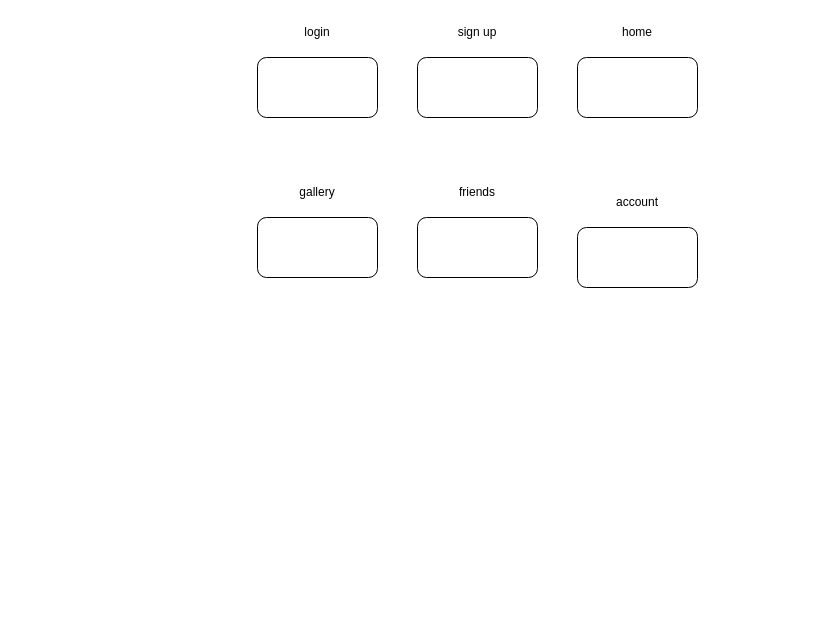
This is planning/web page planning.drawio from LordVeggie/cmpg323-project2, a draw.io file, before an edit. Source tidied: cells renumbered, new cells numbered last; positions are measured from the earlier drawing's top-left corner, leaving out a move shared by most shapes. Both pictures are drawn from the tidied source at 100%, with x=0, y=0 at pixel (257, 17).
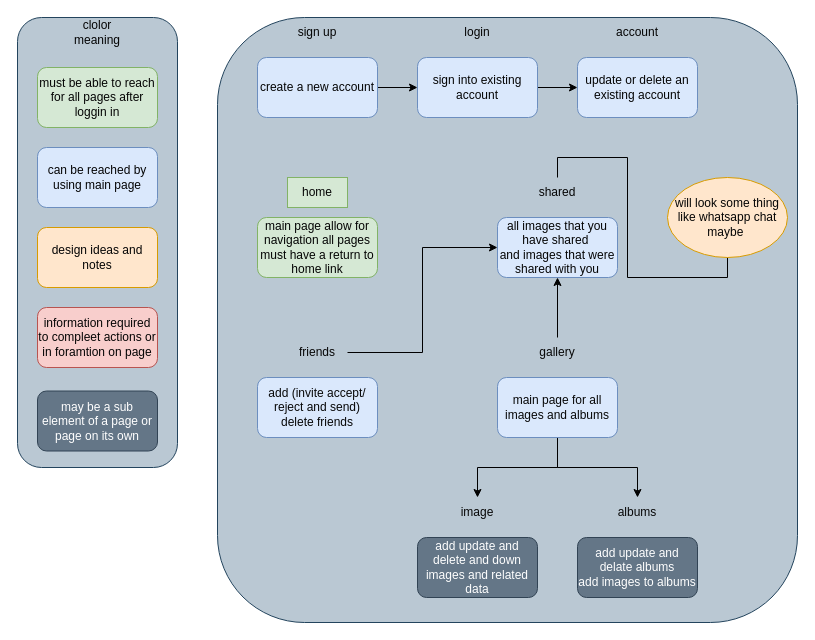
The same diagram, later.

Diff of the diagram source:
```diff
@@
+    <mxCell id="14" style="rounded=1;whiteSpace=wrap;html=1;fillColor=#bac8d3;strokeColor=#23445d;" parent="1" vertex="1">
+      <mxGeometry x="-40" width="580" height="605" as="geometry" />
+    </mxCell>
+    <mxCell id="15" style="rounded=1;whiteSpace=wrap;html=1;fillColor=#bac8d3;strokeColor=#23445d;" parent="1" vertex="1">
+      <mxGeometry x="-240" width="160" height="450" as="geometry" />
+    </mxCell>
+    <mxCell id="16" style="edgeStyle=orthogonalEdgeStyle;rounded=0;jettySize=auto;html=1;fontColor=#050505;" parent="1" edge="1" source="2" target="12">
+      <mxGeometry relative="1" as="geometry" />
+    </mxCell>
-    <mxCell id="2" style="rounded=1;whiteSpace=wrap;html=1;" parent="1" vertex="1">
-      <mxGeometry y="40" width="120" height="60" as="geometry" />
+    <mxCell id="2" value="sign into existing account" style="rounded=1;whiteSpace=wrap;html=1;fillColor=#dae8fc;strokeColor=#6c8ebf;fontColor=#050505;" parent="1" vertex="1">
+      <mxGeometry x="160" y="40" width="120" height="60" as="geometry" />
     </mxCell>
-    <mxCell id="3" value="login" style="text;html=1;strokeColor=none;fillColor=none;align=center;verticalAlign=middle;whiteSpace=wrap;rounded=0;" parent="1" vertex="1">
-      <mxGeometry x="30" width="60" height="30" as="geometry" />
+    <mxCell id="3" value="login" style="text;html=1;strokeColor=none;fillColor=none;align=center;verticalAlign=middle;whiteSpace=wrap;rounded=0;fontColor=#050505;" parent="1" vertex="1">
+      <mxGeometry x="190" width="60" height="30" as="geometry" />
     </mxCell>
+    <mxCell id="17" style="edgeStyle=orthogonalEdgeStyle;rounded=0;jettySize=auto;html=1;fontColor=#050505;" parent="1" edge="1" source="4" target="2">
+      <mxGeometry relative="1" as="geometry" />
+    </mxCell>
-    <mxCell id="4" style="rounded=1;whiteSpace=wrap;html=1;" parent="1" vertex="1">
-      <mxGeometry x="160" y="40" width="120" height="60" as="geometry" />
+    <mxCell id="4" value="create a new account" style="rounded=1;whiteSpace=wrap;html=1;fillColor=#dae8fc;strokeColor=#6c8ebf;fontColor=#050505;" parent="1" vertex="1">
+      <mxGeometry y="40" width="120" height="60" as="geometry" />
     </mxCell>
-    <mxCell id="5" value="sign up" style="text;html=1;strokeColor=none;fillColor=none;align=center;verticalAlign=middle;whiteSpace=wrap;rounded=0;" parent="1" vertex="1">
-      <mxGeometry x="190" width="60" height="30" as="geometry" />
+    <mxCell id="5" value="sign up" style="text;html=1;strokeColor=none;fillColor=none;align=center;verticalAlign=middle;whiteSpace=wrap;rounded=0;fontColor=#050505;" parent="1" vertex="1">
+      <mxGeometry x="30" width="60" height="30" as="geometry" />
     </mxCell>
-    <mxCell id="6" style="rounded=1;whiteSpace=wrap;html=1;" parent="1" vertex="1">
-      <mxGeometry x="320" y="40" width="120" height="60" as="geometry" />
+    <mxCell id="6" value="main page allow for navigation all pages must have a return to home link" style="rounded=1;whiteSpace=wrap;html=1;fillColor=#d5e8d4;strokeColor=#82b366;fontColor=#050505;" parent="1" vertex="1">
+      <mxGeometry y="200" width="120" height="60" as="geometry" />
     </mxCell>
-    <mxCell id="7" value="home" style="text;html=1;strokeColor=none;fillColor=none;align=center;verticalAlign=middle;whiteSpace=wrap;rounded=0;" parent="1" vertex="1">
-      <mxGeometry x="350" width="60" height="30" as="geometry" />
+    <mxCell id="7" value="home" style="text;html=1;strokeColor=#82b366;fillColor=#d5e8d4;align=center;verticalAlign=middle;whiteSpace=wrap;rounded=0;fontColor=#050505;" parent="1" vertex="1">
+      <mxGeometry x="30" y="160" width="60" height="30" as="geometry" />
     </mxCell>
-    <mxCell id="8" style="rounded=1;whiteSpace=wrap;html=1;" parent="1" vertex="1">
-      <mxGeometry x="160" y="200" width="120" height="60" as="geometry" />
+    <mxCell id="8" value="add (invite accept/ reject and send) delete friends" style="rounded=1;whiteSpace=wrap;html=1;fillColor=#dae8fc;strokeColor=#6c8ebf;fontColor=#080808;" parent="1" vertex="1">
+      <mxGeometry y="360" width="120" height="60" as="geometry" />
     </mxCell>
+    <mxCell id="18" style="edgeStyle=orthogonalEdgeStyle;rounded=0;jettySize=auto;html=1;entryX=0;entryY=0.5;entryDx=0;entryDy=0;endArrow=classic;endFill=1;fontColor=#050505;" parent="1" edge="1" source="9" target="26">
+      <mxGeometry relative="1" as="geometry" />
+    </mxCell>
-    <mxCell id="9" value="friends" style="text;html=1;strokeColor=none;fillColor=none;align=center;verticalAlign=middle;whiteSpace=wrap;rounded=0;" parent="1" vertex="1">
-      <mxGeometry x="190" y="160" width="60" height="30" as="geometry" />
+    <mxCell id="9" value="friends" style="text;html=1;strokeColor=none;fillColor=none;align=center;verticalAlign=middle;whiteSpace=wrap;rounded=0;fontColor=#080808;" parent="1" vertex="1">
+      <mxGeometry x="30" y="320" width="60" height="30" as="geometry" />
     </mxCell>
-    <mxCell id="10" style="rounded=1;whiteSpace=wrap;html=1;" parent="1" vertex="1">
-      <mxGeometry y="200" width="120" height="60" as="geometry" />
+    <mxCell id="10" value="add update and delate albums&lt;br&gt;add images to albums" style="rounded=1;whiteSpace=wrap;html=1;fillColor=#647687;strokeColor=#314354;fontColor=#ffffff;" parent="1" vertex="1">
+      <mxGeometry x="320" y="520" width="120" height="60" as="geometry" />
     </mxCell>
-    <mxCell id="11" value="gallery" style="text;html=1;strokeColor=none;fillColor=none;align=center;verticalAlign=middle;whiteSpace=wrap;rounded=0;" parent="1" vertex="1">
-      <mxGeometry x="30" y="160" width="60" height="30" as="geometry" />
+    <mxCell id="11" value="albums" style="text;html=1;strokeColor=none;fillColor=none;align=center;verticalAlign=middle;whiteSpace=wrap;rounded=0;fontColor=#080808;" parent="1" vertex="1">
+      <mxGeometry x="350" y="480" width="60" height="30" as="geometry" />
     </mxCell>
-    <mxCell id="12" style="rounded=1;whiteSpace=wrap;html=1;" parent="1" vertex="1">
-      <mxGeometry x="320" y="210" width="120" height="60" as="geometry" />
+    <mxCell id="12" value="update or delete an existing account" style="rounded=1;whiteSpace=wrap;html=1;fillColor=#dae8fc;strokeColor=#6c8ebf;fontColor=#050505;" parent="1" vertex="1">
+      <mxGeometry x="320" y="40" width="120" height="60" as="geometry" />
     </mxCell>
-    <mxCell id="13" value="account" style="text;html=1;strokeColor=none;fillColor=none;align=center;verticalAlign=middle;whiteSpace=wrap;rounded=0;" parent="1" vertex="1">
-      <mxGeometry x="350" y="170" width="60" height="30" as="geometry" />
+    <mxCell id="13" value="account" style="text;html=1;strokeColor=none;fillColor=none;align=center;verticalAlign=middle;whiteSpace=wrap;rounded=0;fontColor=#050505;" parent="1" vertex="1">
+      <mxGeometry x="350" width="60" height="30" as="geometry" />
     </mxCell>
+    <mxCell id="19" value="add update and delete and down images and related data" style="rounded=1;whiteSpace=wrap;html=1;fillColor=#647687;strokeColor=#314354;fontColor=#ffffff;" parent="1" vertex="1">
+      <mxGeometry x="160" y="520" width="120" height="60" as="geometry" />
+    </mxCell>
+    <mxCell id="20" value="image" style="text;html=1;strokeColor=none;fillColor=none;align=center;verticalAlign=middle;whiteSpace=wrap;rounded=0;fontColor=#080808;" parent="1" vertex="1">
+      <mxGeometry x="190" y="480" width="60" height="30" as="geometry" />
+    </mxCell>
+    <mxCell id="21" style="edgeStyle=orthogonalEdgeStyle;rounded=0;jettySize=auto;html=1;fontColor=#080808;" parent="1" edge="1" source="23" target="20">
+      <mxGeometry relative="1" as="geometry" />
+    </mxCell>
+    <mxCell id="22" style="edgeStyle=orthogonalEdgeStyle;rounded=0;jettySize=auto;html=1;entryX=0.5;entryY=0;entryDx=0;entryDy=0;fontColor=#080808;" parent="1" edge="1" source="23" target="11">
+      <mxGeometry relative="1" as="geometry" />
+    </mxCell>
+    <mxCell id="23" value="main page for all images and albums" style="rounded=1;whiteSpace=wrap;html=1;fillColor=#dae8fc;strokeColor=#6c8ebf;fontColor=#080808;" parent="1" vertex="1">
+      <mxGeometry x="240" y="360" width="120" height="60" as="geometry" />
+    </mxCell>
+    <mxCell id="24" style="edgeStyle=orthogonalEdgeStyle;rounded=0;jettySize=auto;html=1;entryX=0.5;entryY=1;entryDx=0;entryDy=0;endArrow=classic;endFill=1;fontColor=#050505;" parent="1" edge="1" source="25" target="26">
+      <mxGeometry relative="1" as="geometry" />
+    </mxCell>
+    <mxCell id="25" value="gallery" style="text;html=1;strokeColor=none;fillColor=none;align=center;verticalAlign=middle;whiteSpace=wrap;rounded=0;fontColor=#080808;" parent="1" vertex="1">
+      <mxGeometry x="270" y="320" width="60" height="30" as="geometry" />
+    </mxCell>
+    <mxCell id="26" value="all images that you have shared&amp;nbsp;&lt;br&gt;and images that were shared with you" style="rounded=1;whiteSpace=wrap;html=1;fillColor=#dae8fc;strokeColor=#6c8ebf;fontColor=#050505;" parent="1" vertex="1">
+      <mxGeometry x="240" y="200" width="120" height="60" as="geometry" />
+    </mxCell>
+    <mxCell id="27" value="shared" style="text;html=1;strokeColor=none;fillColor=none;align=center;verticalAlign=middle;whiteSpace=wrap;rounded=0;fontColor=#050505;" parent="1" vertex="1">
+      <mxGeometry x="270" y="160" width="60" height="30" as="geometry" />
+    </mxCell>
+    <mxCell id="28" style="edgeStyle=orthogonalEdgeStyle;rounded=0;jettySize=auto;html=1;exitX=0.5;exitY=1;exitDx=0;exitDy=0;entryX=0.5;entryY=0;entryDx=0;entryDy=0;endArrow=none;endFill=0;fontColor=#050505;" parent="1" edge="1" source="29" target="27">
+      <mxGeometry relative="1" as="geometry" />
+    </mxCell>
+    <mxCell id="29" value="will look some thing like whatsapp chat maybe&amp;nbsp;" style="ellipse;whiteSpace=wrap;html=1;fillColor=#ffe6cc;strokeColor=#d79b00;fontColor=#050505;" parent="1" vertex="1">
+      <mxGeometry x="410" y="160" width="120" height="80" as="geometry" />
+    </mxCell>
+    <mxCell id="30" value="must be able to reach for all pages after loggin in" style="rounded=1;whiteSpace=wrap;html=1;fillColor=#d5e8d4;strokeColor=#82b366;fontColor=#050505;" parent="1" vertex="1">
+      <mxGeometry x="-220" y="50" width="120" height="60" as="geometry" />
+    </mxCell>
+    <mxCell id="31" value="design ideas and notes" style="rounded=1;whiteSpace=wrap;html=1;fillColor=#ffe6cc;strokeColor=#d79b00;fontColor=#050505;" parent="1" vertex="1">
+      <mxGeometry x="-220" y="210" width="120" height="60" as="geometry" />
+    </mxCell>
+    <mxCell id="32" value="can be reached by using main page" style="rounded=1;whiteSpace=wrap;html=1;fillColor=#dae8fc;strokeColor=#6c8ebf;fontColor=#050505;" parent="1" vertex="1">
+      <mxGeometry x="-220" y="130" width="120" height="60" as="geometry" />
+    </mxCell>
+    <mxCell id="33" value="information required to compleet actions or in foramtion on page" style="rounded=1;whiteSpace=wrap;html=1;fillColor=#f8cecc;strokeColor=#b85450;fontColor=#050505;" parent="1" vertex="1">
+      <mxGeometry x="-220" y="290" width="120" height="60" as="geometry" />
+    </mxCell>
+    <mxCell id="34" value="clolor meaning" style="text;html=1;strokeColor=none;fillColor=none;align=center;verticalAlign=middle;whiteSpace=wrap;rounded=0;fontColor=#050505;" parent="1" vertex="1">
+      <mxGeometry x="-190" width="60" height="30" as="geometry" />
+    </mxCell>
+    <mxCell id="35" value="may be a sub element of a page or page on its own" style="rounded=1;whiteSpace=wrap;html=1;fillColor=#647687;strokeColor=#314354;fontColor=#ffffff;" parent="1" vertex="1">
+      <mxGeometry x="-220" y="373.5" width="120" height="60" as="geometry" />
+    </mxCell>
```
